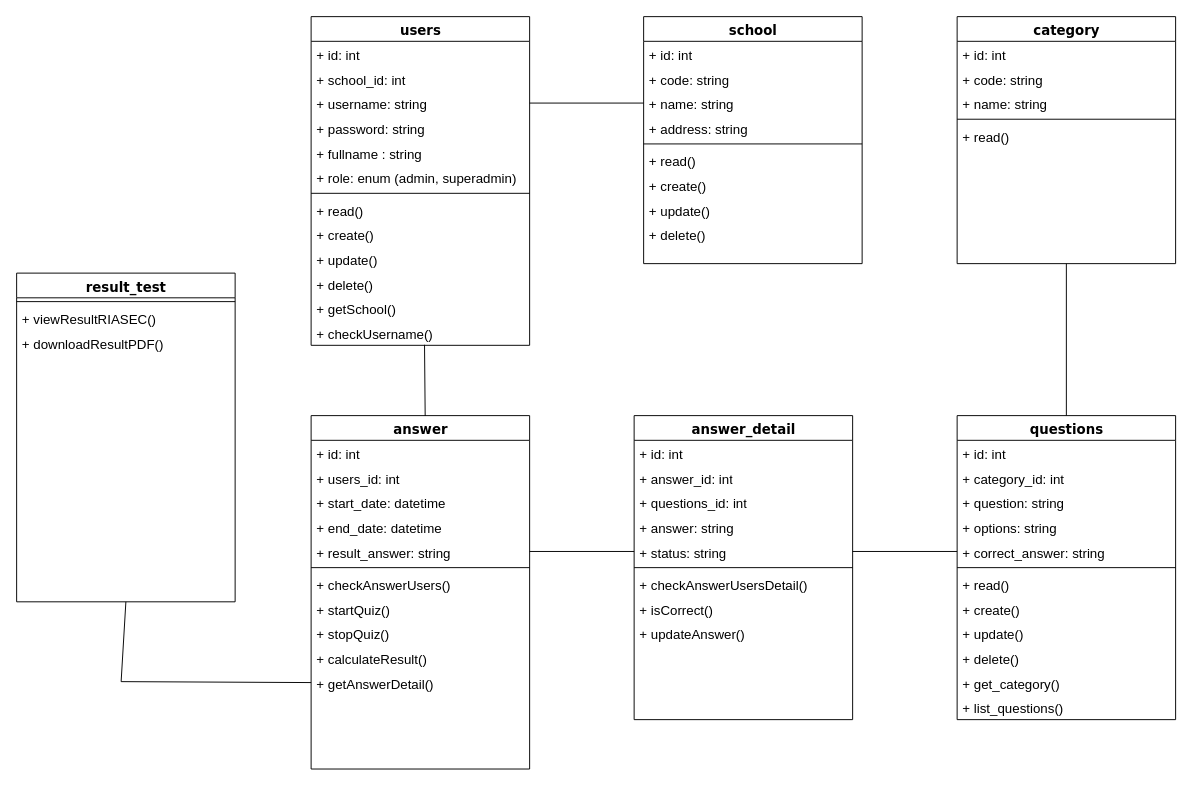
Before: Untitled Diagram.drawio in azizarizaldi/draw-io-project, a draw.io diagram. Source tidied: cells renumbered, new cells numbered last; positions are measured from the earlier drawing's top-left corner, leaving out a move shared by most shapes. Both pictures are drawn from the tidied source at 95%, with x=0, y=0 at pixel (16, 16).
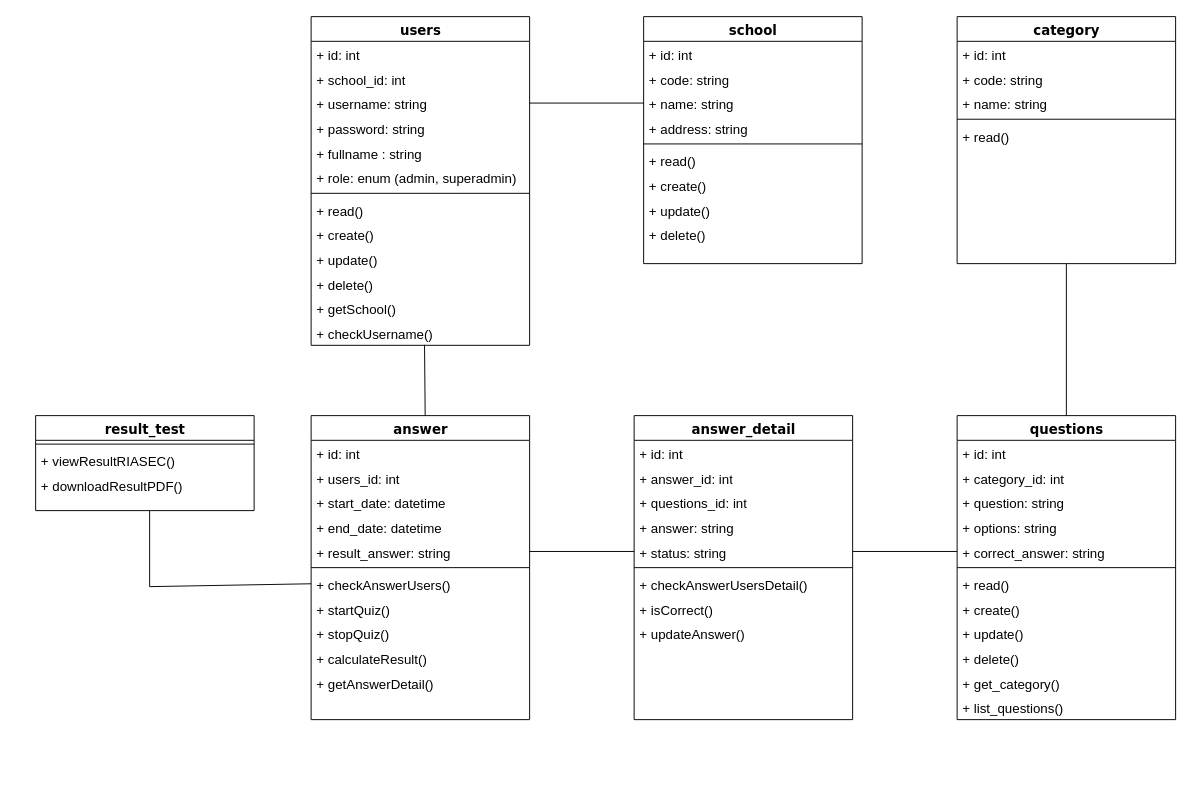
Above is the later version.

The change refers to these unchanged cells:
```xml
<mxCell id="53" value="+ checkAnswerUsers()" style="text;html=1;strokeColor=none;fillColor=none;align=left;verticalAlign=top;spacingLeft=4;spacingRight=4;whiteSpace=wrap;overflow=hidden;points=[[0,0.5],[1,0.5]];portConstraint=eastwest;fontSize=14;" parent="46" vertex="1">
  <mxGeometry y="164" width="230" height="26" as="geometry" />
</mxCell>
<mxCell id="57" value="+ getAnswerDetail()" style="text;html=1;strokeColor=none;fillColor=none;align=left;verticalAlign=top;spacingLeft=4;spacingRight=4;whiteSpace=wrap;overflow=hidden;points=[[0,0.5],[1,0.5]];portConstraint=eastwest;fontSize=14;" parent="46" vertex="1">
  <mxGeometry y="268" width="230" height="26" as="geometry" />
</mxCell>
```

Diff of the diagram source:
```diff
@@
     <mxCell id="46" value="answer" style="swimlane;html=1;fontStyle=1;align=center;verticalAlign=top;horizontal=1;startSize=26;swimlaneFillColor=#ffffff;rounded=0;shadow=0;comic=0;labelBackgroundColor=none;strokeWidth=1;fillColor=none;fontFamily=Verdana;fontSize=14;" parent="1" vertex="1">
-      <mxGeometry x="310" y="420" width="230" height="372" as="geometry" />
+      <mxGeometry x="310" y="420" width="230" height="320" as="geometry" />
     </mxCell>
@@
     <mxCell id="72" value="result_test" style="swimlane;html=1;fontStyle=1;align=center;verticalAlign=top;horizontal=1;startSize=26;swimlaneFillColor=#ffffff;rounded=0;shadow=0;comic=0;labelBackgroundColor=none;strokeWidth=1;fillColor=none;fontFamily=Verdana;fontSize=14;" parent="1" vertex="1">
-      <mxGeometry y="270" width="230" height="346" as="geometry" />
+      <mxGeometry x="20" y="420" width="230" height="100" as="geometry" />
     </mxCell>
@@
-    <mxCell id="76" style="endArrow=none;html=1;rounded=0;exitX=0;exitY=0.5;exitDx=0;exitDy=0;entryX=0.5;entryY=1;entryDx=0;entryDy=0;" parent="1" edge="1" source="57" target="72">
-      <mxGeometry relative="1" as="geometry">
-        <Array as="points">
-          <mxPoint x="110" y="700" />
-        </Array>
-      </mxGeometry>
-    </mxCell>
+    <mxCell id="77" style="endArrow=none;html=1;rounded=0;exitX=0;exitY=0.5;exitDx=0;exitDy=0;" parent="1" edge="1" source="53">
+      <mxGeometry relative="1" as="geometry">
+        <mxPoint x="140" y="520" as="targetPoint" />
+        <Array as="points">
+          <mxPoint x="140" y="600" />
+        </Array>
+      </mxGeometry>
+    </mxCell>
```
